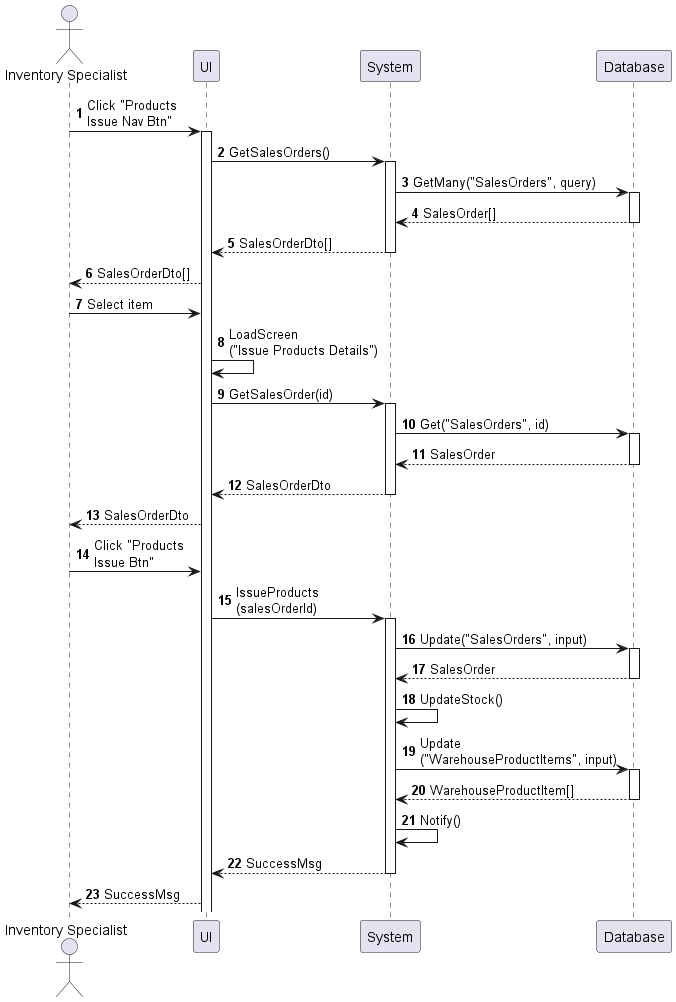
Above: sequences/inventory-product-issue.png in phihungha/scmss-reqs (PlantUML), before the change.
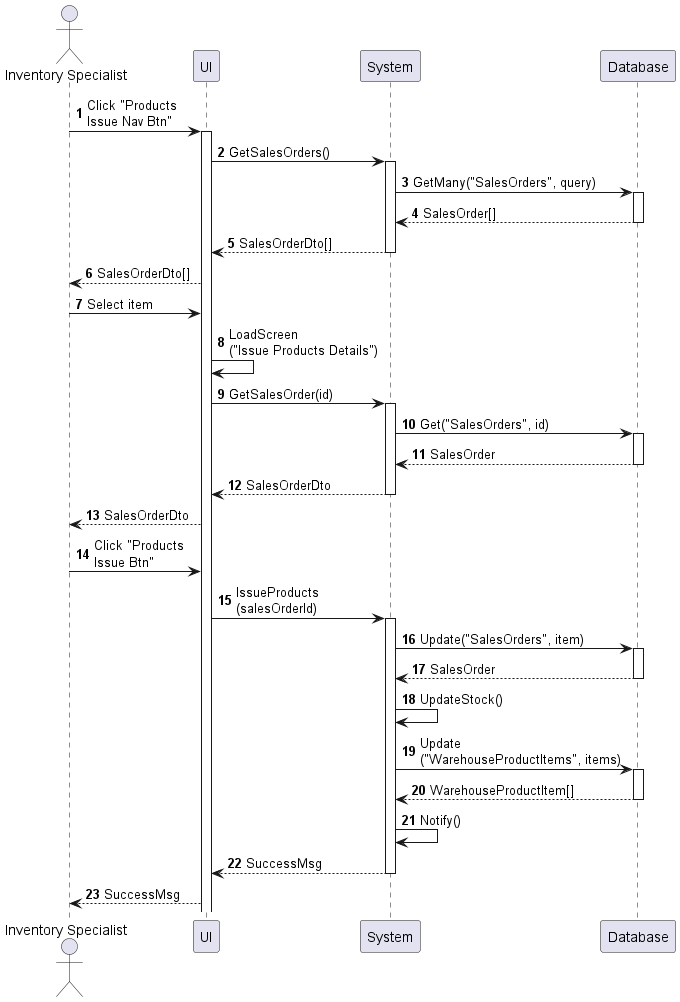
Above is the later version.

What changed in the source:
```diff
@@ -27,11 +27,11 @@
 a -> f : Click "Products\nIssue Btn"
 f -> b : IssueProducts\n(salesOrderId)
 activate b
-b -> d : Update("SalesOrders", input)
+b -> d : Update("SalesOrders", item)
 activate d
 return SalesOrder
 b -> b : UpdateStock()
-b -> d : Update\n("WarehouseProductItems", input)
+b -> d : Update\n("WarehouseProductItems", items)
 activate d
 return WarehouseProductItem[]
 b -> b : Notify()
```
